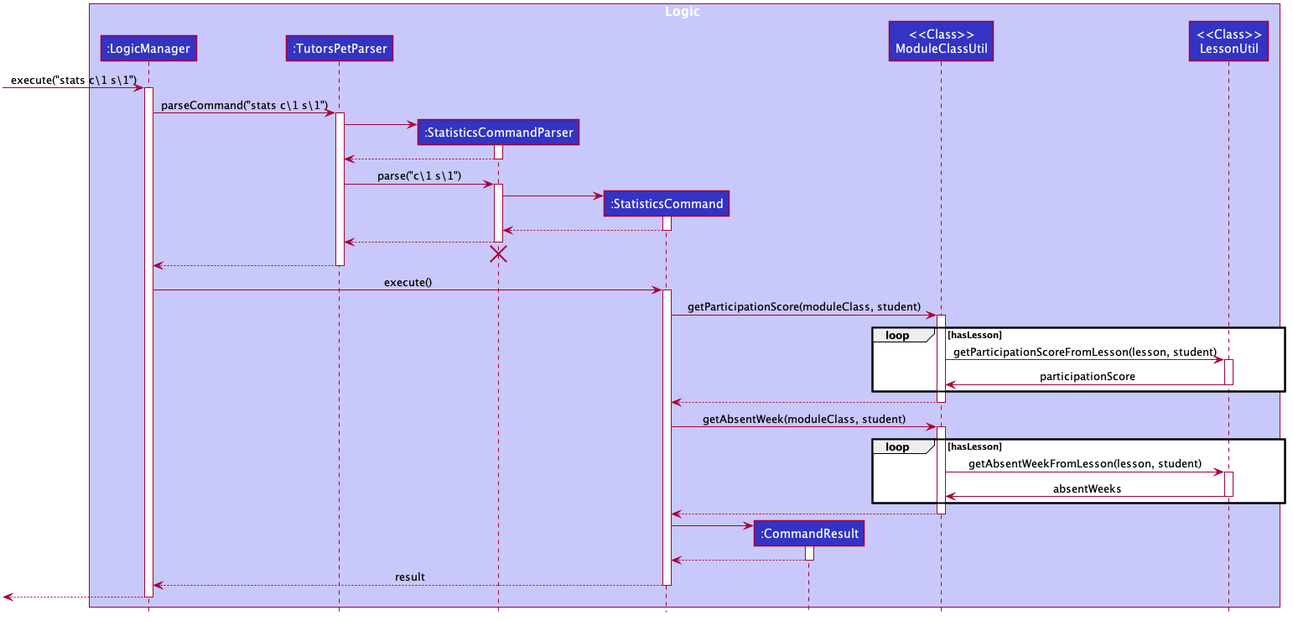
Earlier version of the PlantUML export docs/images/StatisticsSequenceDiagram.png (ypinhsuan/tp).
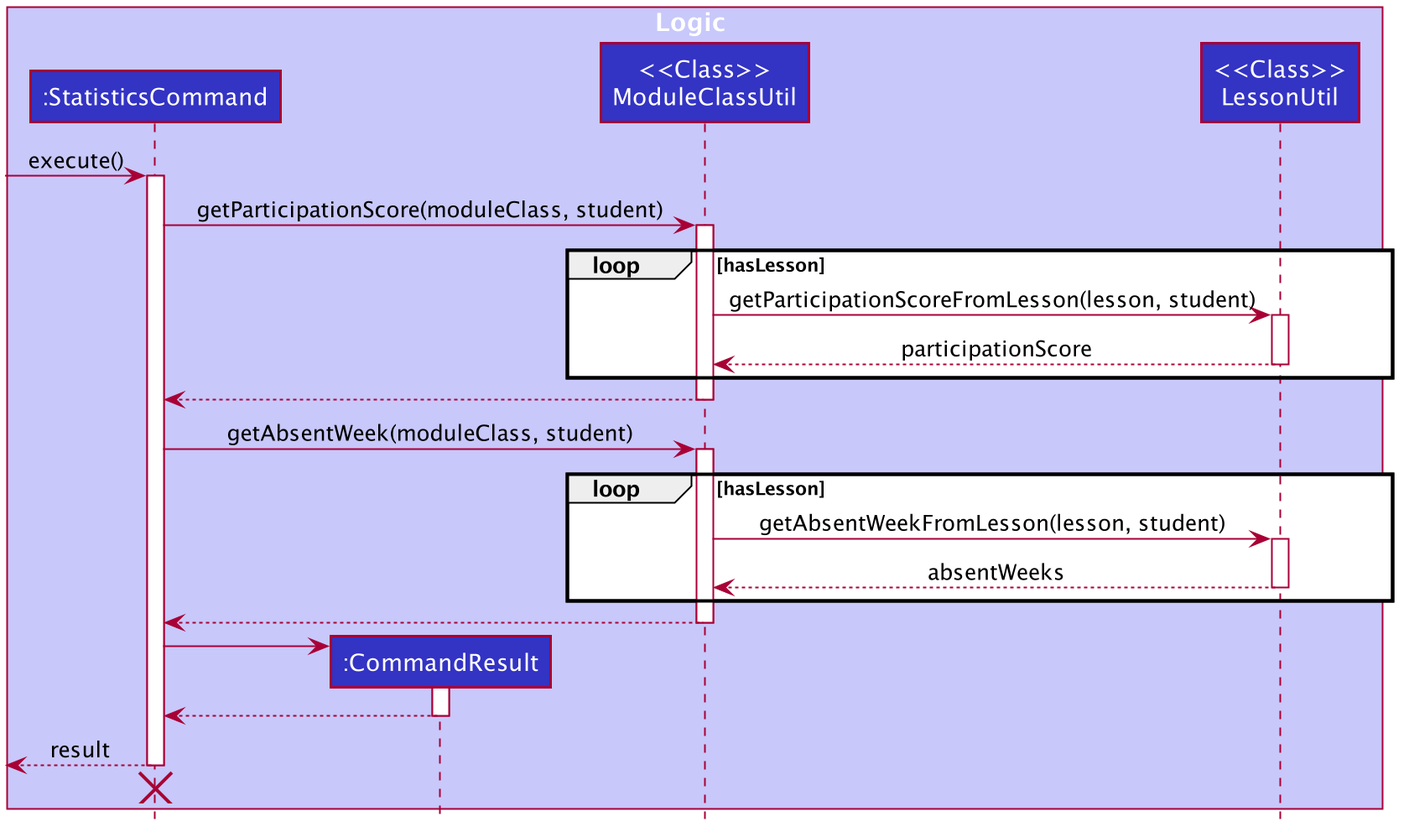
The same file after the commit.

The edit, as a diff of the source:
```diff
@@ -49,47 +49,13 @@
 hide circle
 
 box Logic #C8C8FA
-participant ":LogicManager" as LogicManager #3333C4
-participant ":TutorsPetParser" as TutorsPetParser #3333C4
-participant ":StatisticsCommandParser" as StatisticsCommandParser #3333C4
 participant ":StatisticsCommand" as StatisticsCommand #3333C4
 participant ":CommandResult" as CommandResult #3333C4
 participant "<<Class>>\nModuleClassUtil" as ModuleClassUtil #3333C4
 participant "<<Class>>\nLessonUtil" as LessonUtil #3333C4
 end box
 
-[-> LogicManager : execute("stats c\1 s\1")
-activate LogicManager
-
-LogicManager -> TutorsPetParser : parseCommand("stats c\1 s\1")
-activate TutorsPetParser
-
-create StatisticsCommandParser
-TutorsPetParser -> StatisticsCommandParser
-activate StatisticsCommandParser
-
-StatisticsCommandParser --> TutorsPetParser
-deactivate StatisticsCommandParser
-
-TutorsPetParser -> StatisticsCommandParser: parse("c\1 s\1")
-activate StatisticsCommandParser
-
-create StatisticsCommand
-StatisticsCommandParser -> StatisticsCommand
-activate StatisticsCommand
-
-StatisticsCommand --> StatisticsCommandParser :
-deactivate StatisticsCommand
-
-StatisticsCommandParser --> TutorsPetParser :
-deactivate StatisticsCommandParser
-StatisticsCommandParser -[hidden]-> TutorsPetParser
-destroy StatisticsCommandParser
-
-TutorsPetParser --> LogicManager :
-deactivate TutorsPetParser
-
-LogicManager -> StatisticsCommand : execute()
+-> StatisticsCommand : execute()
 activate StatisticsCommand
 
 StatisticsCommand -> ModuleClassUtil : getParticipationScore(moduleClass, student)
@@ -99,7 +65,7 @@
     ModuleClassUtil -> LessonUtil : getParticipationScoreFromLesson(lesson, student)
     activate LessonUtil
 
-    LessonUtil -> ModuleClassUtil : participationScore
+    LessonUtil --> ModuleClassUtil : participationScore
     deactivate LessonUtil
 end
 
@@ -113,7 +79,7 @@
     ModuleClassUtil -> LessonUtil : getAbsentWeekFromLesson(lesson, student)
     activate LessonUtil
 
-    LessonUtil -> ModuleClassUtil : absentWeeks
+    LessonUtil --> ModuleClassUtil : absentWeeks
     deactivate LessonUtil
 end
 
@@ -127,9 +93,10 @@
 CommandResult --> StatisticsCommand
 deactivate CommandResult
 
-StatisticsCommand --> LogicManager : result
+[<-- StatisticsCommand : result
 deactivate StatisticsCommand
 
-[<--LogicManager
-deactivate LogicManager
+[<-[hidden]- StatisticsCommand
+destroy StatisticsCommand
+
 @enduml
```
